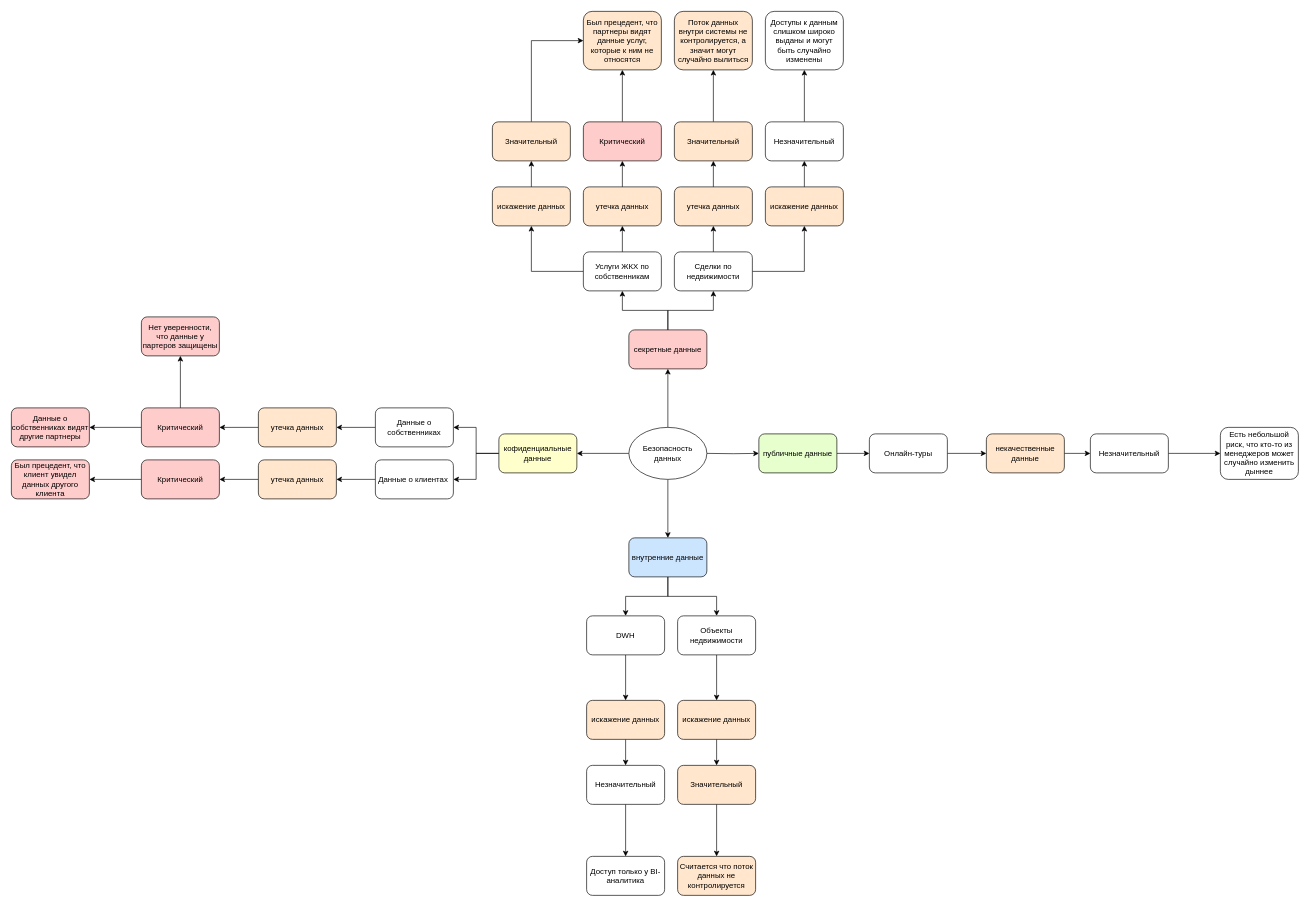
Before: page "task1" (1 of 2) of task1/Mindmap.drawio in trixartem/architecture-propdevelopment, a draw.io diagram. Source tidied: cells renumbered, new cells numbered last; positions are measured from the earlier drawing's top-left corner, leaving out a move shared by most shapes. Both pictures are drawn from the tidied source at 65%, with x=0, y=0 at pixel (11, 11).
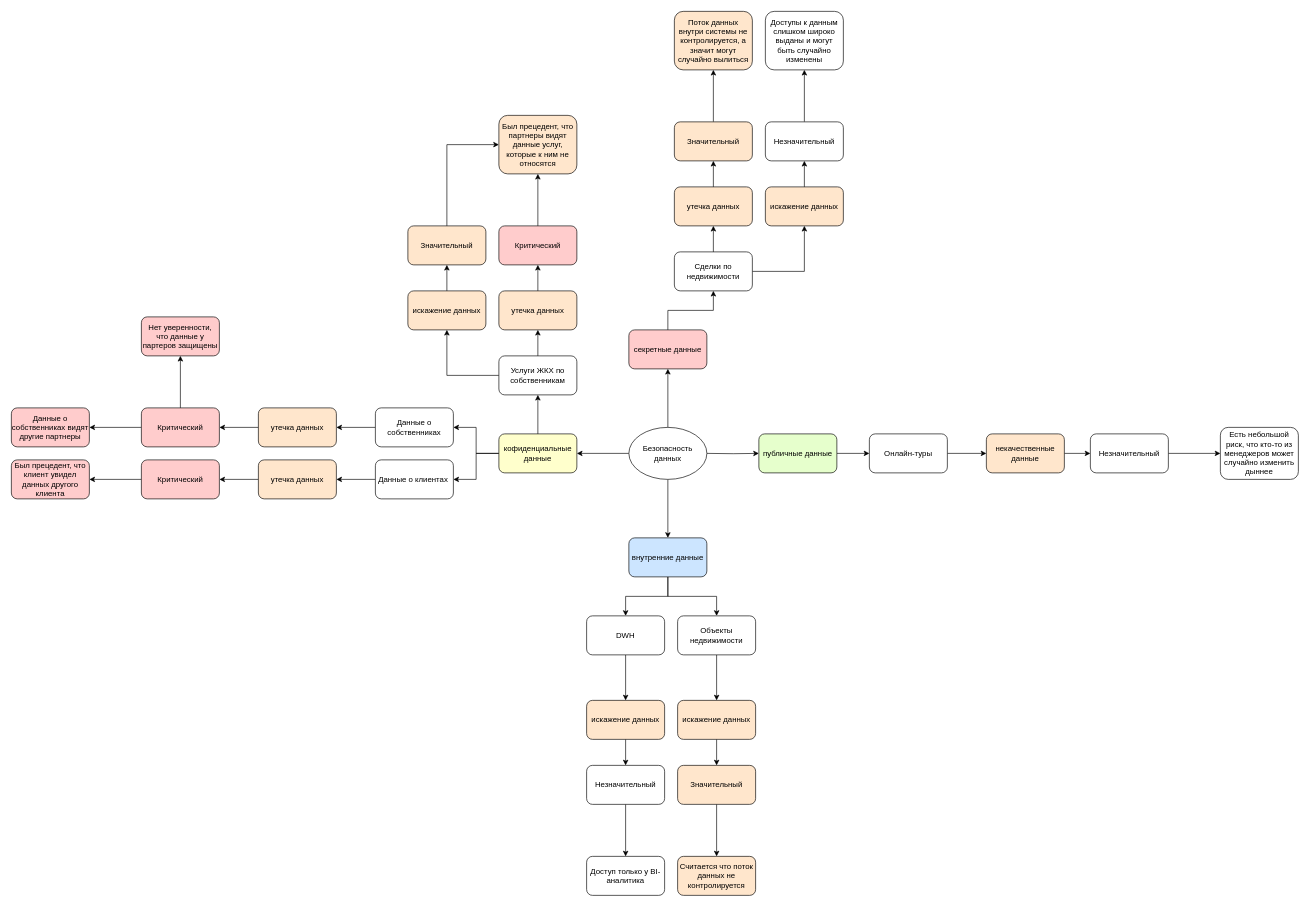
Above is the later version.

Unchanged cells that the change refers to:
```xml
<mxCell id="14" value="кофиденциальные данные" style="rounded=1;whiteSpace=wrap;html=1;fillColor=light-dark(#FFFFCC,var(--ge-dark-color, #121212));" parent="1" vertex="1">
  <mxGeometry x="750" y="650" width="120" height="60" as="geometry" />
</mxCell>
<mxCell id="17" value="секретные данные" style="rounded=1;whiteSpace=wrap;html=1;fillColor=light-dark(#FFCCCC,var(--ge-dark-color, #121212));" parent="1" vertex="1">
  <mxGeometry x="950" y="490" width="120" height="60" as="geometry" />
</mxCell>
```

Diff of the diagram source:
```diff
@@
-    <mxCell id="16" style="edgeStyle=orthogonalEdgeStyle;rounded=0;jettySize=auto;html=1;entryX=0.5;entryY=1;entryDx=0;entryDy=0;" parent="1" edge="1" source="17" target="29">
+    <mxCell id="16" style="edgeStyle=orthogonalEdgeStyle;rounded=0;jettySize=auto;html=1;entryX=0.5;entryY=1;entryDx=0;entryDy=0;exitX=0.5;exitY=0;exitDx=0;exitDy=0;" parent="1" edge="1" source="14" target="29">
       <mxGeometry relative="1" as="geometry" />
     </mxCell>
@@
     <mxCell id="29" value="Услуги ЖКХ по собственникам" style="rounded=1;whiteSpace=wrap;html=1;" parent="1" vertex="1">
-      <mxGeometry x="880" y="370" width="120" height="60" as="geometry" />
+      <mxGeometry x="750" y="530" width="120" height="60" as="geometry" />
     </mxCell>
@@
     <mxCell id="46" value="утечка данных" style="rounded=1;whiteSpace=wrap;html=1;fillColor=light-dark(#FFE6CC,var(--ge-dark-color, #121212));" parent="1" vertex="1">
-      <mxGeometry x="880" y="270" width="120" height="60" as="geometry" />
+      <mxGeometry x="750" y="430" width="120" height="60" as="geometry" />
     </mxCell>
@@
     <mxCell id="50" value="искажение данных" style="rounded=1;whiteSpace=wrap;html=1;fillColor=light-dark(#FFE6CC,var(--ge-dark-color, #121212));" parent="1" vertex="1">
-      <mxGeometry x="740" y="270" width="120" height="60" as="geometry" />
+      <mxGeometry x="610" y="430" width="120" height="60" as="geometry" />
     </mxCell>
@@
     <mxCell id="59" value="Критический" style="rounded=1;whiteSpace=wrap;html=1;fillColor=light-dark(#FFCCCC,var(--ge-dark-color, #121212));" parent="1" vertex="1">
-      <mxGeometry x="880" y="170" width="120" height="60" as="geometry" />
+      <mxGeometry x="750" y="330" width="120" height="60" as="geometry" />
     </mxCell>
@@
     <mxCell id="61" value="Значительный" style="rounded=1;whiteSpace=wrap;html=1;fillColor=light-dark(#FFE6CC,var(--ge-dark-color, #121212));" parent="1" vertex="1">
-      <mxGeometry x="740" y="170" width="120" height="60" as="geometry" />
+      <mxGeometry x="610" y="330" width="120" height="60" as="geometry" />
     </mxCell>
@@
     <mxCell id="79" value="Был прецедент, что партнеры видят данные услуг, которые к ним не относятся" style="whiteSpace=wrap;html=1;fillColor=light-dark(#FFE6CC,var(--ge-dark-color, #121212));rounded=1;" parent="1" vertex="1">
-      <mxGeometry x="880" width="120" height="90" as="geometry" />
+      <mxGeometry x="750" y="160" width="120" height="90" as="geometry" />
     </mxCell>
```
